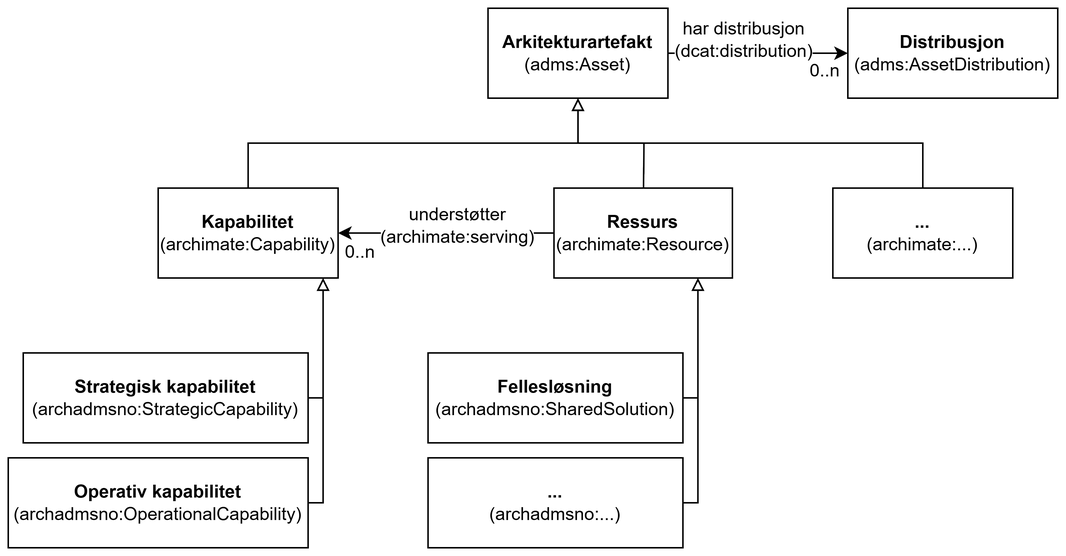
This is archadms-ap-no/docs/images/archADMS-AP-NO-klasser.png from jimjyang/playground, a draw.io export, as it was before one commit. Source tidied: cells renumbered, new cells last; positions are measured from the earlier drawing's top-left corner, leaving out a move shared by most shapes.
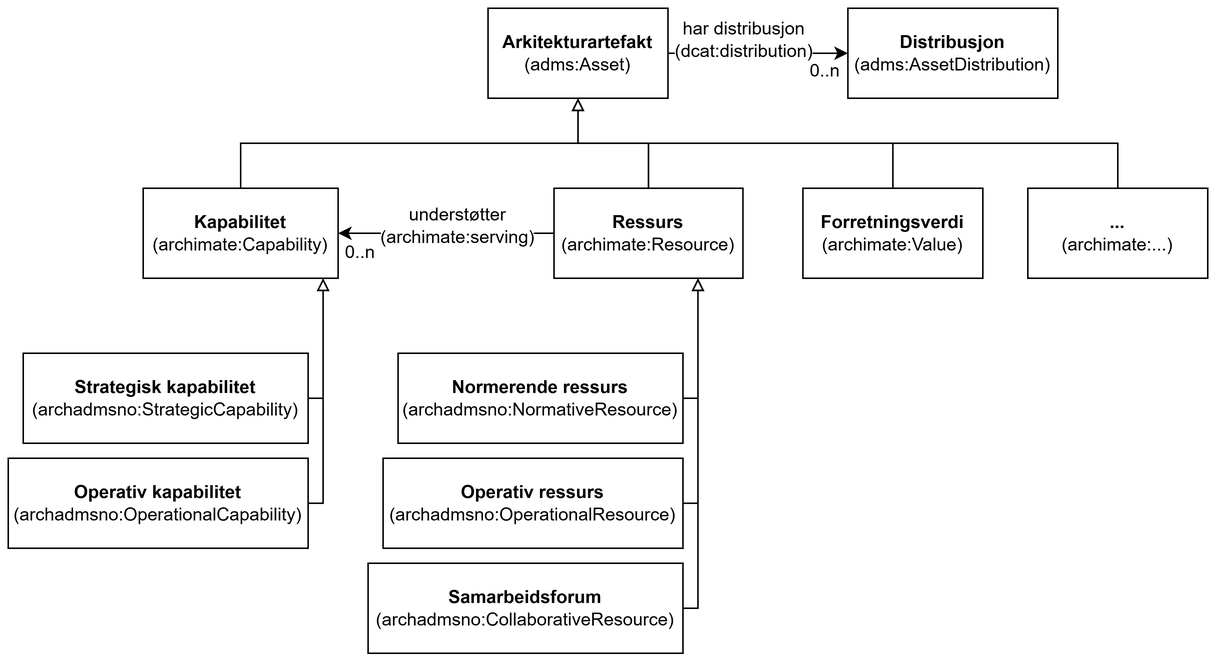
Later version of the same file.

Diff of the diagram source:
```diff
@@ -6,10 +6,10 @@
       <mxGeometry x="320" width="120" height="60" as="geometry" />
     </mxCell>
     <mxCell id="3" value="&lt;div&gt;&lt;b&gt;Kapabilitet&lt;/b&gt;&lt;/div&gt;(archimate:Capability)" style="rounded=0;whiteSpace=wrap;html=1;" parent="1" vertex="1">
-      <mxGeometry x="100" y="120" width="120" height="60" as="geometry" />
+      <mxGeometry x="90" y="120" width="130" height="60" as="geometry" />
     </mxCell>
     <mxCell id="4" value="&lt;div&gt;&lt;b&gt;Ressurs&lt;/b&gt;&lt;/div&gt;(archimate:Resource)" style="rounded=0;whiteSpace=wrap;html=1;" parent="1" vertex="1">
-      <mxGeometry x="364" y="120" width="119" height="60" as="geometry" />
+      <mxGeometry x="364" y="120" width="126" height="60" as="geometry" />
     </mxCell>
     <mxCell id="5" value="&lt;div&gt;&lt;b&gt;Strategisk kapabilitet&lt;/b&gt;&lt;/div&gt;(archadmsno:StrategicCapability)" style="rounded=0;whiteSpace=wrap;html=1;" parent="1" vertex="1">
       <mxGeometry x="10" y="230" width="190" height="60" as="geometry" />
@@ -25,11 +25,11 @@
         </Array>
       </mxGeometry>
     </mxCell>
-    <mxCell id="8" value="&lt;div&gt;&lt;span style=&quot;background-color: transparent; color: light-dark(rgb(0, 0, 0), rgb(255, 255, 255));&quot;&gt;&lt;b&gt;Fellesløsning&lt;/b&gt;&lt;/span&gt;&lt;/div&gt;&lt;div&gt;(archadmsno:SharedSolution)&lt;/div&gt;" style="rounded=0;whiteSpace=wrap;html=1;" parent="1" vertex="1">
-      <mxGeometry x="280" y="230" width="170" height="60" as="geometry" />
+    <mxCell id="8" value="&lt;div&gt;&lt;span style=&quot;background-color: transparent; color: light-dark(rgb(0, 0, 0), rgb(255, 255, 255));&quot;&gt;&lt;b&gt;Normerende ressurs&lt;/b&gt;&lt;/span&gt;&lt;/div&gt;&lt;div&gt;(archadmsno:NormativeResource)&lt;/div&gt;" style="rounded=0;whiteSpace=wrap;html=1;" parent="1" vertex="1">
+      <mxGeometry x="260" y="230" width="190" height="60" as="geometry" />
     </mxCell>
-    <mxCell id="9" value="&lt;div&gt;&lt;b&gt;...&lt;/b&gt;&lt;/div&gt;(archadmsno:...)" style="rounded=0;whiteSpace=wrap;html=1;" parent="1" vertex="1">
-      <mxGeometry x="280" y="300" width="170" height="60" as="geometry" />
+    <mxCell id="9" value="&lt;div&gt;&lt;span style=&quot;background-color: transparent; color: light-dark(rgb(0, 0, 0), rgb(255, 255, 255));&quot;&gt;&lt;b&gt;Operativ ressurs&lt;/b&gt;&lt;/span&gt;&lt;/div&gt;&lt;div&gt;(archadmsno:OperationalResource)&lt;/div&gt;" style="rounded=0;whiteSpace=wrap;html=1;" parent="1" vertex="1">
+      <mxGeometry x="250" y="300" width="200" height="60" as="geometry" />
     </mxCell>
     <mxCell id="10" style="endArrow=block;html=1;rounded=0;exitX=1;exitY=0.5;exitDx=0;exitDy=0;endFill=0;" parent="1" edge="1" source="9">
       <mxGeometry relative="1" as="geometry">
@@ -42,7 +42,7 @@
     <mxCell id="11" style="endArrow=block;html=1;rounded=0;exitX=0.5;exitY=0;exitDx=0;exitDy=0;endFill=0;" parent="1" edge="1" source="3" target="2">
       <mxGeometry relative="1" as="geometry">
         <Array as="points">
-          <mxPoint x="160" y="90" />
+          <mxPoint x="155" y="90" />
           <mxPoint x="380" y="90" />
         </Array>
       </mxGeometry>
@@ -50,7 +50,7 @@
     <mxCell id="12" style="endArrow=block;html=1;rounded=0;endFill=0;entryX=0.5;entryY=1;entryDx=0;entryDy=0;" parent="1" edge="1" source="4" target="2">
       <mxGeometry relative="1" as="geometry">
         <Array as="points">
-          <mxPoint x="424" y="90" />
+          <mxPoint x="427" y="90" />
           <mxPoint x="380" y="90" />
         </Array>
       </mxGeometry>
@@ -59,7 +59,7 @@
       <mxGeometry relative="1" as="geometry">
         <mxPoint x="380" y="60" as="targetPoint" />
         <Array as="points">
-          <mxPoint x="610" y="90" />
+          <mxPoint x="590" y="90" />
           <mxPoint x="380" y="90" />
         </Array>
       </mxGeometry>
@@ -101,8 +101,30 @@
         </Array>
       </mxGeometry>
     </mxCell>
-    <mxCell id="23" value="&lt;div&gt;&lt;b&gt;...&lt;/b&gt;&lt;/div&gt;(archimate:...)" style="rounded=0;whiteSpace=wrap;html=1;" parent="1" vertex="1">
-      <mxGeometry x="550" y="120" width="120" height="60" as="geometry" />
+    <mxCell id="23" value="&lt;div&gt;&lt;b&gt;Forretningsverdi&lt;/b&gt;&lt;/div&gt;(archimate:Value)" style="rounded=0;whiteSpace=wrap;html=1;" parent="1" vertex="1">
+      <mxGeometry x="530" y="120" width="120" height="60" as="geometry" />
     </mxCell>
+    <mxCell id="24" value="&lt;div&gt;&lt;span style=&quot;background-color: transparent; color: light-dark(rgb(0, 0, 0), rgb(255, 255, 255));&quot;&gt;&lt;b&gt;Samarbeidsforum&lt;/b&gt;&lt;/span&gt;&lt;/div&gt;&lt;div&gt;&lt;span style=&quot;background-color: transparent; color: light-dark(rgb(0, 0, 0), rgb(255, 255, 255));&quot;&gt;(archadmsno:CollaborativeResource)&lt;/span&gt;&lt;/div&gt;" style="rounded=0;whiteSpace=wrap;html=1;" parent="1" vertex="1">
+      <mxGeometry x="240" y="370" width="210" height="60" as="geometry" />
+    </mxCell>
+    <mxCell id="25" style="endArrow=block;html=1;rounded=0;exitX=1;exitY=0.5;exitDx=0;exitDy=0;endFill=0;" parent="1" edge="1" source="24">
+      <mxGeometry relative="1" as="geometry">
+        <mxPoint x="460" y="180" as="targetPoint" />
+        <Array as="points">
+          <mxPoint x="460" y="400" />
+        </Array>
+      </mxGeometry>
+    </mxCell>
+    <mxCell id="26" value="&lt;div&gt;&lt;b&gt;...&lt;/b&gt;&lt;/div&gt;(archimate:...)" style="rounded=0;whiteSpace=wrap;html=1;" parent="1" vertex="1">
+      <mxGeometry x="680" y="120" width="120" height="60" as="geometry" />
+    </mxCell>
+    <mxCell id="27" style="endArrow=block;html=1;rounded=0;endFill=0;entryX=0.5;entryY=1;entryDx=0;entryDy=0;exitX=0.5;exitY=0;exitDx=0;exitDy=0;" parent="1" edge="1" source="26" target="2">
+      <mxGeometry relative="1" as="geometry">
+        <Array as="points">
+          <mxPoint x="740" y="90" />
+          <mxPoint x="380" y="90" />
+        </Array>
+      </mxGeometry>
+    </mxCell>
   </root>
 </mxGraphModel>
```
